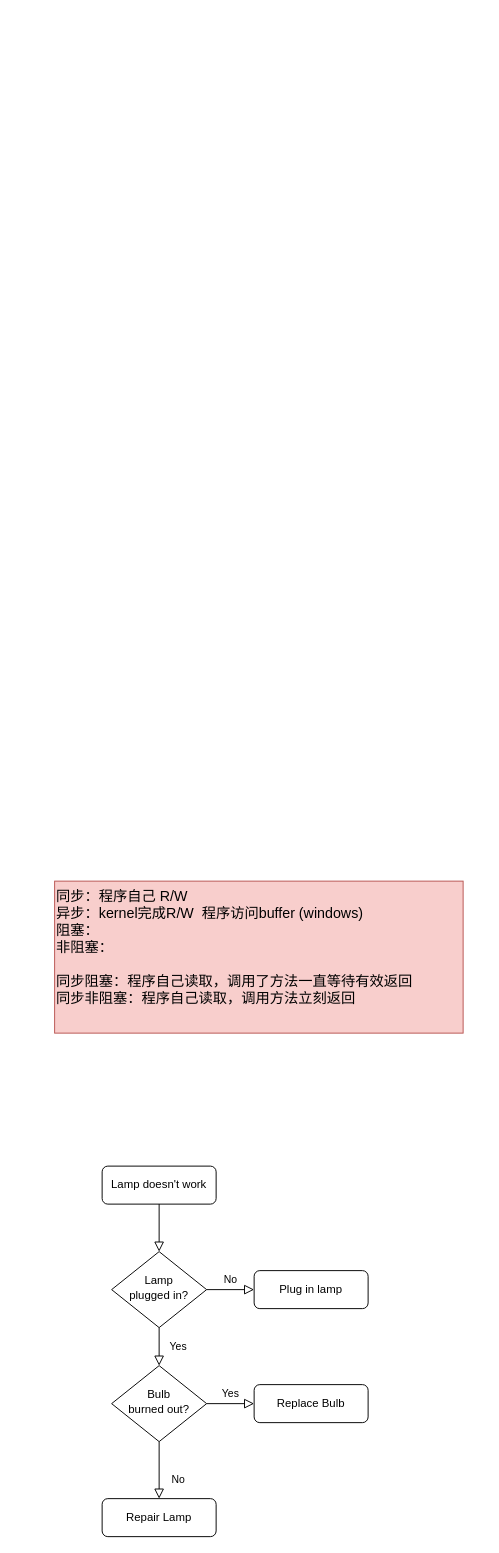
This is Untitled Diagram.drawio from anDongCoder/draw-io, a draw.io file, before an edit. Source tidied: cells renumbered, new cells numbered last; positions are measured from the earlier drawing's top-left corner, leaving out a move shared by most shapes. Both pictures are drawn from the tidied source at 95%, with x=0, y=0 at pixel (54, 881).
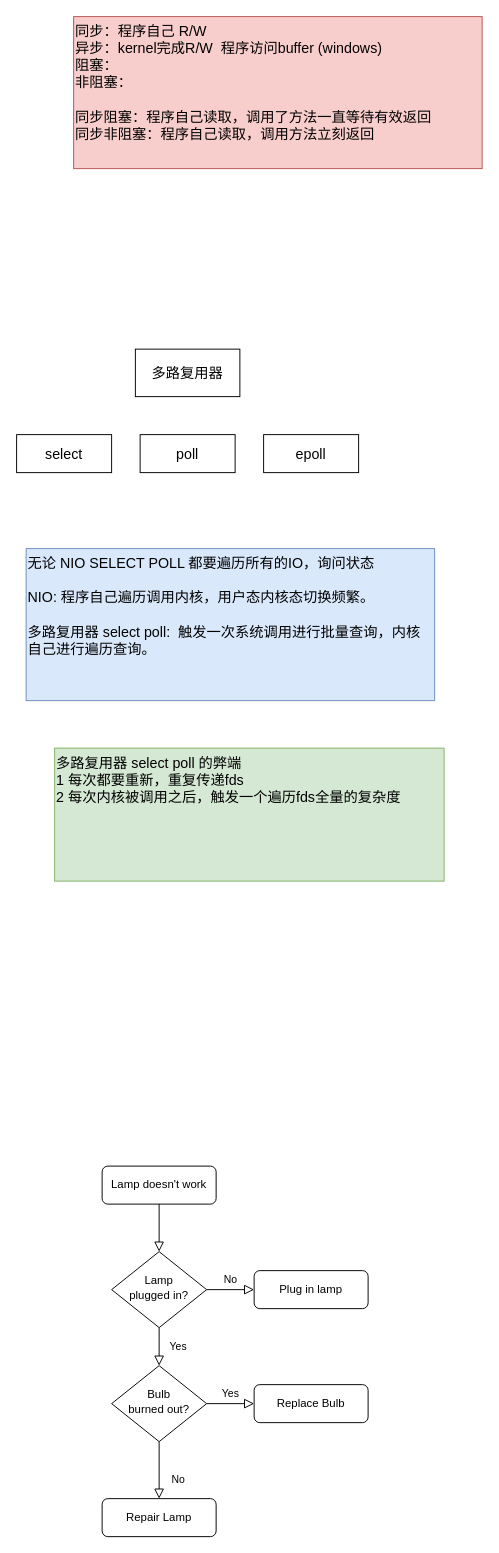
The same page after the edit.

What changed in the source:
```diff
@@
 <mxGraphModel>
   <root>
     <mxCell id="0" />
     <mxCell id="1" parent="0" />
     <mxCell id="2" style="rounded=0;html=1;jettySize=auto;fontSize=11;endArrow=block;endFill=0;endSize=8;strokeWidth=1;shadow=0;labelBackgroundColor=none;edgeStyle=orthogonalEdgeStyle;" parent="1" edge="1" source="3" target="6">
       <mxGeometry relative="1" as="geometry" />
     </mxCell>
     <mxCell id="3" value="Lamp doesn't work" style="rounded=1;whiteSpace=wrap;html=1;fontSize=12;glass=0;strokeWidth=1;shadow=0;" parent="1" vertex="1">
       <mxGeometry x="50" y="300" width="120" height="40" as="geometry" />
     </mxCell>
     <mxCell id="4" value="Yes" style="rounded=0;html=1;jettySize=auto;fontSize=11;endArrow=block;endFill=0;endSize=8;strokeWidth=1;shadow=0;labelBackgroundColor=none;edgeStyle=orthogonalEdgeStyle;" parent="1" edge="1" source="6" target="10">
       <mxGeometry y="20" relative="1" as="geometry" />
     </mxCell>
     <mxCell id="5" value="No" style="edgeStyle=orthogonalEdgeStyle;rounded=0;html=1;jettySize=auto;fontSize=11;endArrow=block;endFill=0;endSize=8;strokeWidth=1;shadow=0;labelBackgroundColor=none;" parent="1" edge="1" source="6" target="7">
       <mxGeometry y="10" relative="1" as="geometry" />
     </mxCell>
     <mxCell id="6" value="Lamp&lt;br&gt;plugged in?" style="rhombus;whiteSpace=wrap;html=1;shadow=0;fontFamily=Helvetica;fontSize=12;align=center;strokeWidth=1;spacing=6;spacingTop=-4;" parent="1" vertex="1">
       <mxGeometry x="60" y="390" width="100" height="80" as="geometry" />
     </mxCell>
     <mxCell id="7" value="Plug in lamp" style="rounded=1;whiteSpace=wrap;html=1;fontSize=12;glass=0;strokeWidth=1;shadow=0;" parent="1" vertex="1">
       <mxGeometry x="210" y="410" width="120" height="40" as="geometry" />
     </mxCell>
     <mxCell id="8" value="No" style="rounded=0;html=1;jettySize=auto;fontSize=11;endArrow=block;endFill=0;endSize=8;strokeWidth=1;shadow=0;labelBackgroundColor=none;edgeStyle=orthogonalEdgeStyle;" parent="1" edge="1" source="10" target="11">
       <mxGeometry x="0.33" y="20" relative="1" as="geometry" />
     </mxCell>
     <mxCell id="9" value="Yes" style="edgeStyle=orthogonalEdgeStyle;rounded=0;html=1;jettySize=auto;fontSize=11;endArrow=block;endFill=0;endSize=8;strokeWidth=1;shadow=0;labelBackgroundColor=none;" parent="1" edge="1" source="10" target="12">
       <mxGeometry y="10" relative="1" as="geometry" />
     </mxCell>
     <mxCell id="10" value="Bulb&lt;br&gt;burned out?" style="rhombus;whiteSpace=wrap;html=1;shadow=0;fontFamily=Helvetica;fontSize=12;align=center;strokeWidth=1;spacing=6;spacingTop=-4;" parent="1" vertex="1">
       <mxGeometry x="60" y="510" width="100" height="80" as="geometry" />
     </mxCell>
     <mxCell id="11" value="Repair Lamp" style="rounded=1;whiteSpace=wrap;html=1;fontSize=12;glass=0;strokeWidth=1;shadow=0;" parent="1" vertex="1">
       <mxGeometry x="50" y="650" width="120" height="40" as="geometry" />
     </mxCell>
     <mxCell id="12" value="Replace Bulb" style="rounded=1;whiteSpace=wrap;html=1;fontSize=12;glass=0;strokeWidth=1;shadow=0;" parent="1" vertex="1">
       <mxGeometry x="210" y="530" width="120" height="40" as="geometry" />
     </mxCell>
     <mxCell id="13" value="同步：程序自己 R/W&lt;br&gt;异步：kernel完成R/W&amp;nbsp; 程序访问buffer (windows)&lt;br&gt;阻塞：&lt;br&gt;非阻塞：&lt;br&gt;&lt;br&gt;同步阻塞：程序自己读取，调用了方法一直等待有效返回&lt;br&gt;同步非阻塞：程序自己读取，调用方法立刻返回" style="rounded=0;whiteSpace=wrap;html=1;fillColor=#f8cecc;strokeColor=#b85450;align=left;fontSize=15;verticalAlign=top;" parent="1" vertex="1">
-      <mxGeometry width="430" height="160" as="geometry" />
+      <mxGeometry x="20" y="-910" width="430" height="160" as="geometry" />
     </mxCell>
+    <mxCell id="14" value="多路复用器" style="rounded=0;whiteSpace=wrap;html=1;fontSize=15;verticalAlign=middle;" parent="1" vertex="1">
+      <mxGeometry x="85" y="-560" width="110" height="50" as="geometry" />
+    </mxCell>
+    <mxCell id="15" value="select" style="rounded=0;whiteSpace=wrap;html=1;fontSize=15;verticalAlign=middle;" parent="1" vertex="1">
+      <mxGeometry x="-40" y="-470" width="100" height="40" as="geometry" />
+    </mxCell>
+    <mxCell id="16" value="poll" style="rounded=0;whiteSpace=wrap;html=1;fontSize=15;verticalAlign=middle;" parent="1" vertex="1">
+      <mxGeometry x="90" y="-470" width="100" height="40" as="geometry" />
+    </mxCell>
+    <mxCell id="17" value="epoll" style="rounded=0;whiteSpace=wrap;html=1;fontSize=15;verticalAlign=middle;" parent="1" vertex="1">
+      <mxGeometry x="220" y="-470" width="100" height="40" as="geometry" />
+    </mxCell>
+    <mxCell id="18" value="无论 NIO SELECT POLL 都要遍历所有的IO，询问状态&lt;br&gt;&lt;br&gt;NIO: 程序自己遍历调用内核，用户态内核态切换频繁。&lt;br&gt;&lt;br&gt;多路复用器 select poll:&amp;nbsp; 触发一次系统调用进行批量查询，内核自己进行遍历查询。" style="rounded=0;whiteSpace=wrap;html=1;fillColor=#dae8fc;strokeColor=#6c8ebf;align=left;fontSize=15;verticalAlign=top;" parent="1" vertex="1">
+      <mxGeometry x="-30" y="-350" width="430" height="160" as="geometry" />
+    </mxCell>
+    <mxCell id="19" value="多路复用器 select poll 的弊端&lt;br&gt;1 每次都要重新，重复传递fds&lt;br&gt;2 每次内核被调用之后，触发一个遍历fds全量的复杂度" style="rounded=0;whiteSpace=wrap;html=1;fontSize=15;verticalAlign=top;fillColor=#d5e8d4;strokeColor=#82b366;align=left;" parent="1" vertex="1">
+      <mxGeometry y="-140" width="410" height="140" as="geometry" />
+    </mxCell>
   </root>
 </mxGraphModel>
```
